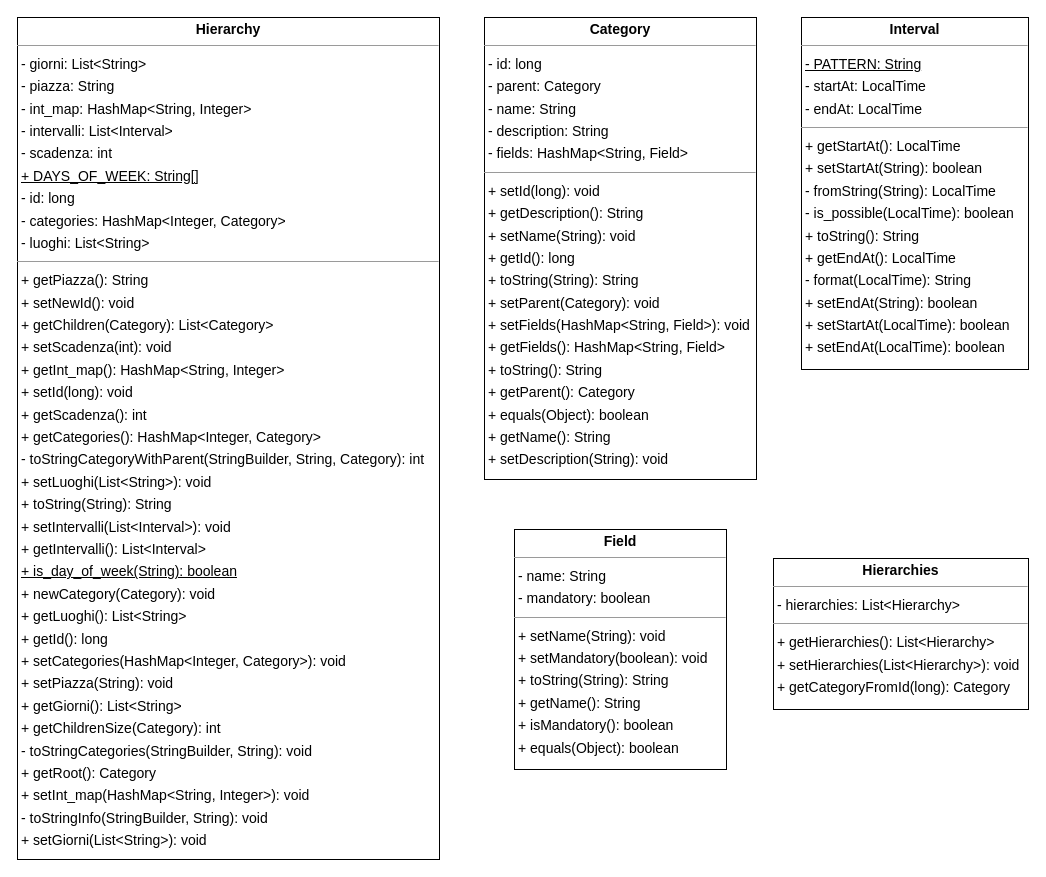
pr414/BarattoProject5.0 keeps this draw.io diagram as Documentazione/UMLV5/hierarchies.drawio. Above is the earlier version. Source tidied: cells renumbered, new cells numbered last; positions are measured from the earlier drawing's top-left corner, leaving out a move shared by most shapes. Both pictures are drawn from the tidied source at 100%, with x=0, y=0 at pixel (17, 17).
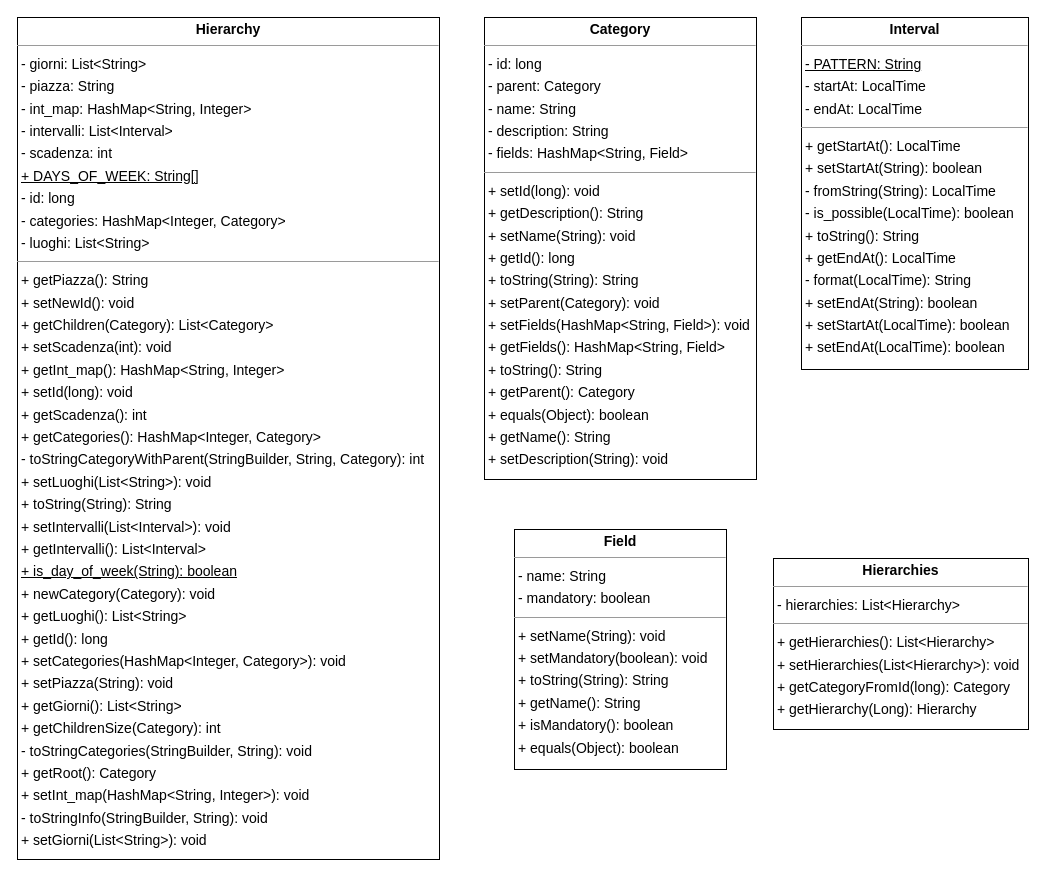
The same diagram, later.

Change to the diagram source:
```diff
@@
 <mxGraphModel>
   <root>
     <mxCell id="0" />
     <mxCell id="1" parent="0" />
     <mxCell id="2" value="&lt;p style=&quot;margin:0px;margin-top:4px;text-align:center;&quot;&gt;&lt;b&gt;Category&lt;/b&gt;&lt;/p&gt;&lt;hr size=&quot;1&quot;&gt;&lt;p style=&quot;margin:0 0 0 4px;line-height:1.6;&quot;&gt;- id: long&lt;br&gt;- parent: Category&lt;/p&gt;&lt;p style=&quot;margin:0 0 0 4px;line-height:1.6;&quot;&gt;- name: String&lt;br&gt;- description: String&lt;br&gt;- fields: HashMap&amp;lt;String, Field&amp;gt;&lt;/p&gt;&lt;hr size=&quot;1&quot;&gt;&lt;p style=&quot;margin:0 0 0 4px;line-height:1.6;&quot;&gt;+ setId(long): void&lt;br&gt;+ getDescription(): String&lt;br&gt;+ setName(String): void&lt;br&gt;+ getId(): long&lt;br&gt;+ toString(String): String&lt;br&gt;+ setParent(Category): void&lt;br&gt;+ setFields(HashMap&amp;lt;String, Field&amp;gt;): void&lt;br&gt;+ getFields(): HashMap&amp;lt;String, Field&amp;gt;&lt;br&gt;+ toString(): String&lt;br&gt;+ getParent(): Category&lt;br&gt;+ equals(Object): boolean&lt;br&gt;+ getName(): String&lt;br&gt;+ setDescription(String): void&lt;/p&gt;" style="verticalAlign=top;align=left;overflow=fill;fontSize=14;fontFamily=Helvetica;html=1;rounded=0;shadow=0;comic=0;labelBackgroundColor=none;strokeWidth=1;" parent="1" vertex="1">
       <mxGeometry x="467" width="272" height="462" as="geometry" />
     </mxCell>
     <mxCell id="3" value="&lt;p style=&quot;margin:0px;margin-top:4px;text-align:center;&quot;&gt;&lt;b&gt;Field&lt;/b&gt;&lt;/p&gt;&lt;hr size=&quot;1&quot;&gt;&lt;p style=&quot;margin:0 0 0 4px;line-height:1.6;&quot;&gt;- name: String&lt;br&gt;- mandatory: boolean&lt;/p&gt;&lt;hr size=&quot;1&quot;&gt;&lt;p style=&quot;margin:0 0 0 4px;line-height:1.6;&quot;&gt;+ setName(String): void&lt;br&gt;+ setMandatory(boolean): void&lt;br&gt;+ toString(String): String&lt;br&gt;+ getName(): String&lt;br&gt;+ isMandatory(): boolean&lt;br&gt;+ equals(Object): boolean&lt;/p&gt;" style="verticalAlign=top;align=left;overflow=fill;fontSize=14;fontFamily=Helvetica;html=1;rounded=0;shadow=0;comic=0;labelBackgroundColor=none;strokeWidth=1;" parent="1" vertex="1">
       <mxGeometry x="497" y="512" width="212" height="240" as="geometry" />
     </mxCell>
-    <mxCell id="4" value="&lt;p style=&quot;margin:0px;margin-top:4px;text-align:center;&quot;&gt;&lt;b&gt;Hierarchies&lt;/b&gt;&lt;/p&gt;&lt;hr size=&quot;1&quot;&gt;&lt;p style=&quot;margin:0 0 0 4px;line-height:1.6;&quot;&gt;- hierarchies: List&amp;lt;Hierarchy&amp;gt;&lt;/p&gt;&lt;hr size=&quot;1&quot;&gt;&lt;p style=&quot;margin:0 0 0 4px;line-height:1.6;&quot;&gt;+ getHierarchies(): List&amp;lt;Hierarchy&amp;gt;&lt;br&gt;+ setHierarchies(List&amp;lt;Hierarchy&amp;gt;): void&lt;br&gt;+ getCategoryFromId(long): Category&lt;/p&gt;" style="verticalAlign=top;align=left;overflow=fill;fontSize=14;fontFamily=Helvetica;html=1;rounded=0;shadow=0;comic=0;labelBackgroundColor=none;strokeWidth=1;" parent="1" vertex="1">
-      <mxGeometry x="756" y="541" width="255" height="151" as="geometry" />
+    <mxCell id="4" value="&lt;p style=&quot;margin:0px;margin-top:4px;text-align:center;&quot;&gt;&lt;b&gt;Hierarchies&lt;/b&gt;&lt;/p&gt;&lt;hr size=&quot;1&quot;&gt;&lt;p style=&quot;margin:0 0 0 4px;line-height:1.6;&quot;&gt;- hierarchies: List&amp;lt;Hierarchy&amp;gt;&lt;/p&gt;&lt;hr size=&quot;1&quot;&gt;&lt;p style=&quot;margin:0 0 0 4px;line-height:1.6;&quot;&gt;+ getHierarchies(): List&amp;lt;Hierarchy&amp;gt;&lt;br&gt;+ setHierarchies(List&amp;lt;Hierarchy&amp;gt;): void&lt;br&gt;+ getCategoryFromId(long): Category&lt;/p&gt;&lt;p style=&quot;margin:0 0 0 4px;line-height:1.6;&quot;&gt;+ getHierarchy(Long): Hierarchy&lt;/p&gt;" style="verticalAlign=top;align=left;overflow=fill;fontSize=14;fontFamily=Helvetica;html=1;rounded=0;shadow=0;comic=0;labelBackgroundColor=none;strokeWidth=1;" parent="1" vertex="1">
+      <mxGeometry x="756" y="541" width="255" height="171" as="geometry" />
     </mxCell>
     <mxCell id="5" value="&lt;p style=&quot;margin:0px;margin-top:4px;text-align:center;&quot;&gt;&lt;b&gt;Hierarchy&lt;/b&gt;&lt;/p&gt;&lt;hr size=&quot;1&quot;&gt;&lt;p style=&quot;margin:0 0 0 4px;line-height:1.6;&quot;&gt;- giorni: List&amp;lt;String&amp;gt;&lt;br&gt;- piazza: String&lt;br&gt;- int_map: HashMap&amp;lt;String, Integer&amp;gt;&lt;br&gt;- intervalli: List&amp;lt;Interval&amp;gt;&lt;br&gt;- scadenza: int&lt;br&gt;&lt;u&gt;+ DAYS_OF_WEEK: String[]&lt;/u&gt;&lt;br&gt;- id: long&lt;br&gt;- categories: HashMap&amp;lt;Integer, Category&amp;gt;&lt;br&gt;- luoghi: List&amp;lt;String&amp;gt;&lt;/p&gt;&lt;hr size=&quot;1&quot;&gt;&lt;p style=&quot;margin:0 0 0 4px;line-height:1.6;&quot;&gt;+ getPiazza(): String&lt;br&gt;+ setNewId(): void&lt;br&gt;+ getChildren(Category): List&amp;lt;Category&amp;gt;&lt;br&gt;+ setScadenza(int): void&lt;br&gt;+ getInt_map(): HashMap&amp;lt;String, Integer&amp;gt;&lt;br&gt;+ setId(long): void&lt;br&gt;+ getScadenza(): int&lt;br&gt;+ getCategories(): HashMap&amp;lt;Integer, Category&amp;gt;&lt;br&gt;- toStringCategoryWithParent(StringBuilder, String, Category): int&lt;br&gt;+ setLuoghi(List&amp;lt;String&amp;gt;): void&lt;br&gt;+ toString(String): String&lt;br&gt;+ setIntervalli(List&amp;lt;Interval&amp;gt;): void&lt;br&gt;+ getIntervalli(): List&amp;lt;Interval&amp;gt;&lt;br&gt;&lt;u&gt;+ is_day_of_week(String): boolean&lt;/u&gt;&lt;br&gt;+ newCategory(Category): void&lt;br&gt;+ getLuoghi(): List&amp;lt;String&amp;gt;&lt;br&gt;+ getId(): long&lt;br&gt;+ setCategories(HashMap&amp;lt;Integer, Category&amp;gt;): void&lt;br&gt;+ setPiazza(String): void&lt;br&gt;+ getGiorni(): List&amp;lt;String&amp;gt;&lt;br&gt;+ getChildrenSize(Category): int&lt;br&gt;- toStringCategories(StringBuilder, String): void&lt;br&gt;+ getRoot(): Category&lt;br&gt;+ setInt_map(HashMap&amp;lt;String, Integer&amp;gt;): void&lt;br&gt;- toStringInfo(StringBuilder, String): void&lt;br&gt;+ setGiorni(List&amp;lt;String&amp;gt;): void&lt;/p&gt;" style="verticalAlign=top;align=left;overflow=fill;fontSize=14;fontFamily=Helvetica;html=1;rounded=0;shadow=0;comic=0;labelBackgroundColor=none;strokeWidth=1;" parent="1" vertex="1">
       <mxGeometry width="422" height="842" as="geometry" />
     </mxCell>
     <mxCell id="6" value="&lt;p style=&quot;margin:0px;margin-top:4px;text-align:center;&quot;&gt;&lt;b&gt;Interval&lt;/b&gt;&lt;/p&gt;&lt;hr size=&quot;1&quot;&gt;&lt;p style=&quot;margin:0 0 0 4px;line-height:1.6;&quot;&gt;&lt;u&gt;- PATTERN: String&lt;br&gt;&lt;/u&gt;- startAt: LocalTime&lt;br&gt;- endAt: LocalTime&lt;/p&gt;&lt;hr size=&quot;1&quot;&gt;&lt;p style=&quot;margin:0 0 0 4px;line-height:1.6;&quot;&gt;+ getStartAt(): LocalTime&lt;br&gt;+ setStartAt(String): boolean&lt;br&gt;- fromString(String): LocalTime&lt;br&gt;- is_possible(LocalTime): boolean&lt;br&gt;+ toString(): String&lt;br&gt;+ getEndAt(): LocalTime&lt;br&gt;- format(LocalTime): String&lt;br&gt;+ setEndAt(String): boolean&lt;br&gt;+ setStartAt(LocalTime): boolean&lt;br&gt;+ setEndAt(LocalTime): boolean&lt;/p&gt;" style="verticalAlign=top;align=left;overflow=fill;fontSize=14;fontFamily=Helvetica;html=1;rounded=0;shadow=0;comic=0;labelBackgroundColor=none;strokeWidth=1;" parent="1" vertex="1">
       <mxGeometry x="784" width="227" height="352" as="geometry" />
     </mxCell>
   </root>
 </mxGraphModel>
```
